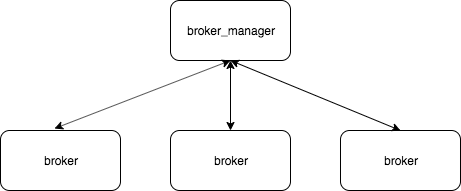
This is keepalive.png from HDX180/hello_world, a draw.io export, as it was before one commit. Source tidied: cells renumbered, new cells last; positions are measured from the earlier drawing's top-left corner, leaving out a move shared by most shapes. Its diagram source:
```xml
<mxGraphModel>
  <root>
    <mxCell id="0" />
    <mxCell id="1" parent="0" />
    <mxCell id="2" value="broker_manager" style="rounded=1;whiteSpace=wrap;html=1;" parent="1" vertex="1">
      <mxGeometry x="170" width="120" height="60" as="geometry" />
    </mxCell>
    <mxCell id="3" value="broker" style="rounded=1;whiteSpace=wrap;html=1;" parent="1" vertex="1">
      <mxGeometry y="130" width="120" height="60" as="geometry" />
    </mxCell>
    <mxCell id="4" value="broker" style="rounded=1;whiteSpace=wrap;html=1;" parent="1" vertex="1">
      <mxGeometry x="170" y="130" width="120" height="60" as="geometry" />
    </mxCell>
    <mxCell id="5" value="broker" style="rounded=1;whiteSpace=wrap;html=1;" parent="1" vertex="1">
      <mxGeometry x="340" y="130" width="120" height="60" as="geometry" />
    </mxCell>
    <mxCell id="6" style="endArrow=classic;startArrow=classic;html=1;exitX=0.45;exitY=-0.033;exitDx=0;exitDy=0;exitPerimeter=0;entryX=0.5;entryY=1;entryDx=0;entryDy=0;" parent="1" edge="1" source="3" target="2">
      <mxGeometry relative="1" as="geometry" />
    </mxCell>
    <mxCell id="7" style="endArrow=classic;startArrow=classic;html=1;exitX=0.5;exitY=0;exitDx=0;exitDy=0;" parent="1" edge="1" source="4">
      <mxGeometry relative="1" as="geometry">
        <mxPoint x="230" y="60" as="targetPoint" />
      </mxGeometry>
    </mxCell>
    <mxCell id="8" style="endArrow=classic;startArrow=classic;html=1;exitX=0.5;exitY=0;exitDx=0;exitDy=0;entryX=0.5;entryY=1;entryDx=0;entryDy=0;" parent="1" edge="1" source="5" target="2">
      <mxGeometry relative="1" as="geometry" />
    </mxCell>
  </root>
</mxGraphModel>
```
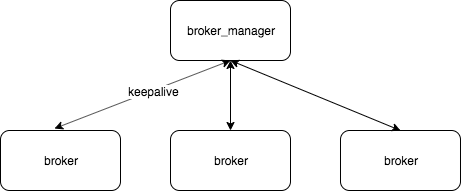
Above is the later version.

Change to the diagram source:
```diff
@@ -17,6 +17,9 @@
     <mxCell id="6" style="endArrow=classic;startArrow=classic;html=1;exitX=0.45;exitY=-0.033;exitDx=0;exitDy=0;exitPerimeter=0;entryX=0.5;entryY=1;entryDx=0;entryDy=0;" parent="1" edge="1" source="3" target="2">
       <mxGeometry relative="1" as="geometry" />
     </mxCell>
+    <mxCell id="9" value="keepalive" style="text;html=1;align=center;verticalAlign=middle;labelBackgroundColor=#ffffff;" parent="6" vertex="1">
+      <mxGeometry x="0.12" y="-1" relative="1" as="geometry" />
+    </mxCell>
     <mxCell id="7" style="endArrow=classic;startArrow=classic;html=1;exitX=0.5;exitY=0;exitDx=0;exitDy=0;" parent="1" edge="1" source="4">
       <mxGeometry relative="1" as="geometry">
         <mxPoint x="230" y="60" as="targetPoint" />
```
